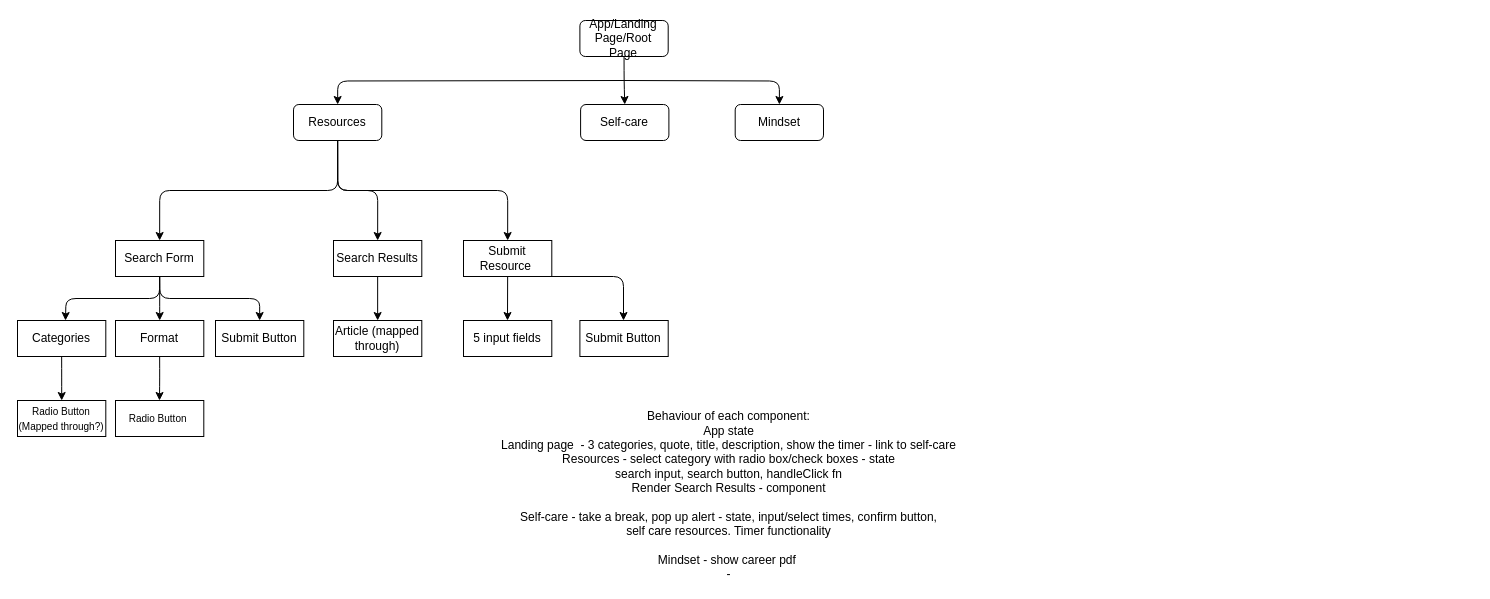
Before: componentTree.drawio in hamstercat007/w9_frontend-project-soc-survival-guide, a draw.io diagram. Source tidied: cells renumbered, new cells numbered last; positions are measured from the earlier drawing's top-left corner, leaving out a move shared by most shapes. Both pictures are drawn from the tidied source at 100%, with x=0, y=0 at pixel (17, 20).
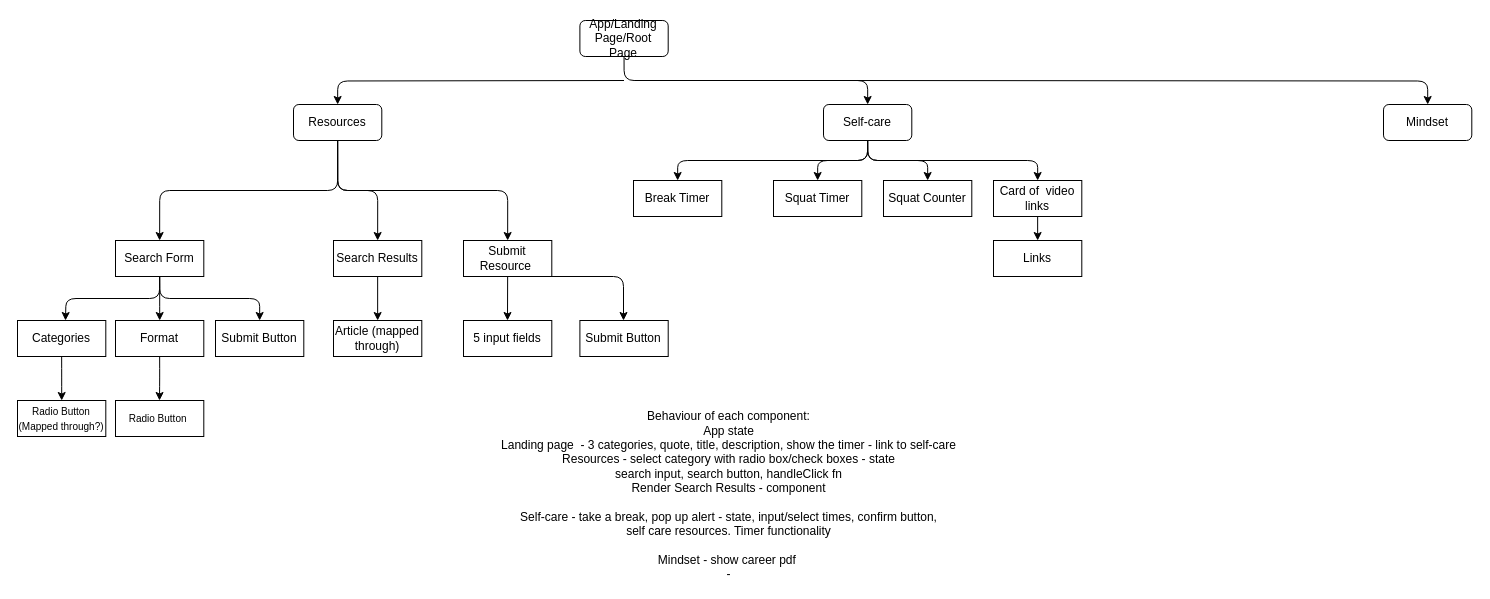
The same page after the edit.

Commit message:
Added componenets to Self Care page

What changed in the source:
```diff
@@
     <mxCell id="3" style="edgeStyle=orthogonalEdgeStyle;html=1;" parent="1" edge="1" target="12">
       <mxGeometry relative="1" as="geometry">
-        <mxPoint x="606.5" y="60" as="sourcePoint" />
+        <mxPoint x="819.4" y="60" as="sourcePoint" />
       </mxGeometry>
     </mxCell>
@@
+    <mxCell id="32" style="edgeStyle=orthogonalEdgeStyle;html=1;exitX=0.5;exitY=1;exitDx=0;exitDy=0;entryX=0.5;entryY=0;entryDx=0;entryDy=0;fontSize=10;" parent="1" edge="1" source="10" target="36">
+      <mxGeometry relative="1" as="geometry" />
+    </mxCell>
+    <mxCell id="33" style="edgeStyle=orthogonalEdgeStyle;html=1;exitX=0.5;exitY=1;exitDx=0;exitDy=0;entryX=0.5;entryY=0;entryDx=0;entryDy=0;fontSize=10;" parent="1" edge="1" source="10" target="37">
+      <mxGeometry relative="1" as="geometry" />
+    </mxCell>
+    <mxCell id="34" style="edgeStyle=orthogonalEdgeStyle;html=1;exitX=0.5;exitY=1;exitDx=0;exitDy=0;entryX=0.5;entryY=0;entryDx=0;entryDy=0;fontSize=10;" parent="1" edge="1" source="10" target="38">
+      <mxGeometry relative="1" as="geometry" />
+    </mxCell>
+    <mxCell id="35" style="edgeStyle=orthogonalEdgeStyle;html=1;exitX=0.5;exitY=1;exitDx=0;exitDy=0;entryX=0.5;entryY=0;entryDx=0;entryDy=0;fontSize=10;" parent="1" edge="1" source="10" target="40">
+      <mxGeometry relative="1" as="geometry" />
+    </mxCell>
     <mxCell id="10" value="Self-care" style="rounded=1;whiteSpace=wrap;html=1;" parent="1" vertex="1">
-      <mxGeometry x="563.1" y="84" width="88.3" height="36" as="geometry" />
+      <mxGeometry x="806" y="84" width="88.3" height="36" as="geometry" />
     </mxCell>
@@
     <mxCell id="12" value="Mindset" style="rounded=1;whiteSpace=wrap;html=1;" parent="1" vertex="1">
-      <mxGeometry x="717.7" y="84" width="88.3" height="36" as="geometry" />
+      <mxGeometry x="1366" y="84" width="88.3" height="36" as="geometry" />
     </mxCell>
@@
+    <mxCell id="36" value="Break Timer" style="whiteSpace=wrap;html=1;" parent="1" vertex="1">
+      <mxGeometry x="616" y="160" width="88.3" height="36" as="geometry" />
+    </mxCell>
+    <mxCell id="37" value="Squat Timer" style="whiteSpace=wrap;html=1;" parent="1" vertex="1">
+      <mxGeometry x="756" y="160" width="88.3" height="36" as="geometry" />
+    </mxCell>
+    <mxCell id="38" value="Squat Counter" style="whiteSpace=wrap;html=1;" parent="1" vertex="1">
+      <mxGeometry x="866" y="160" width="88.3" height="36" as="geometry" />
+    </mxCell>
+    <mxCell id="39" style="edgeStyle=orthogonalEdgeStyle;html=1;exitX=0.5;exitY=1;exitDx=0;exitDy=0;entryX=0.5;entryY=0;entryDx=0;entryDy=0;fontSize=10;" parent="1" edge="1" source="40" target="41">
+      <mxGeometry relative="1" as="geometry" />
+    </mxCell>
+    <mxCell id="40" value="Card of&amp;nbsp; video links" style="whiteSpace=wrap;html=1;" parent="1" vertex="1">
+      <mxGeometry x="976" y="160" width="88.3" height="36" as="geometry" />
+    </mxCell>
+    <mxCell id="41" value="Links" style="whiteSpace=wrap;html=1;" parent="1" vertex="1">
+      <mxGeometry x="976" y="220" width="88.3" height="36" as="geometry" />
+    </mxCell>
```
